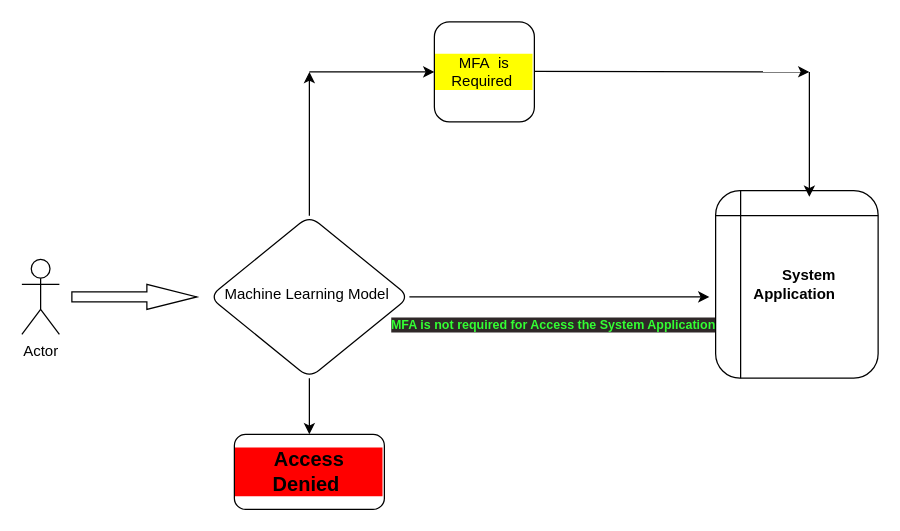
Before: Untitled Diagram.drawio in shanbhuds/Demo, a draw.io diagram. Source tidied: cells renumbered, new cells numbered last; positions are measured from the earlier drawing's top-left corner, leaving out a move shared by most shapes. Both pictures are drawn from the tidied source at 125%, with x=0, y=0 at pixel (21, 21).
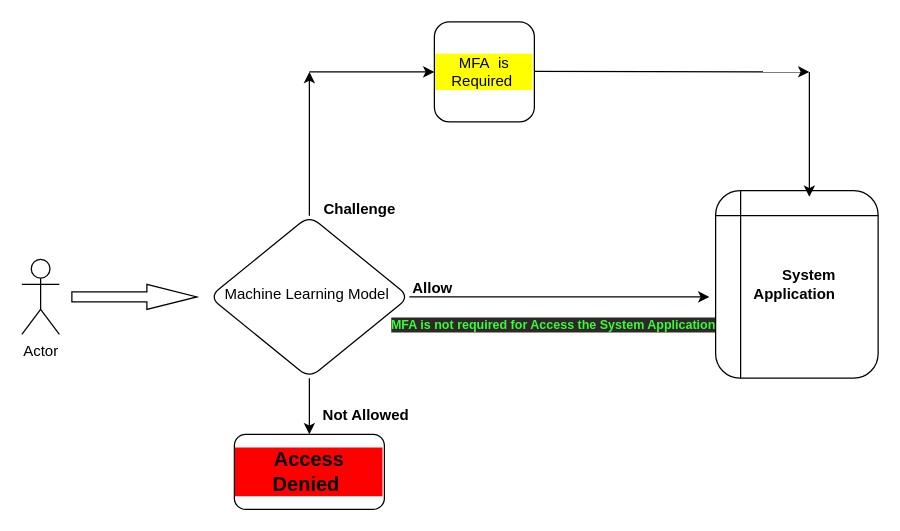
Above is the later version.

What changed in the source:
```diff
@@
+    <mxCell id="15" value="Challenge" style="text;html=1;align=center;verticalAlign=middle;strokeColor=none;fillColor=none;fontStyle=1;labelBackgroundColor=default;" parent="1" vertex="1">
+      <mxGeometry x="230" y="135" width="80" height="30" as="geometry" />
+    </mxCell>
+    <mxCell id="16" value="&lt;b&gt;Allow&amp;nbsp;&lt;/b&gt;" style="text;html=1;align=center;verticalAlign=middle;strokeColor=none;fillColor=none;" parent="1" vertex="1">
+      <mxGeometry x="300" y="198" width="60" height="30" as="geometry" />
+    </mxCell>
+    <mxCell id="17" value="Not Allowed" style="text;html=1;align=center;verticalAlign=middle;strokeColor=none;fillColor=none;fontStyle=1;" parent="1" vertex="1">
+      <mxGeometry x="230" y="300" width="90" height="30" as="geometry" />
+    </mxCell>
```
